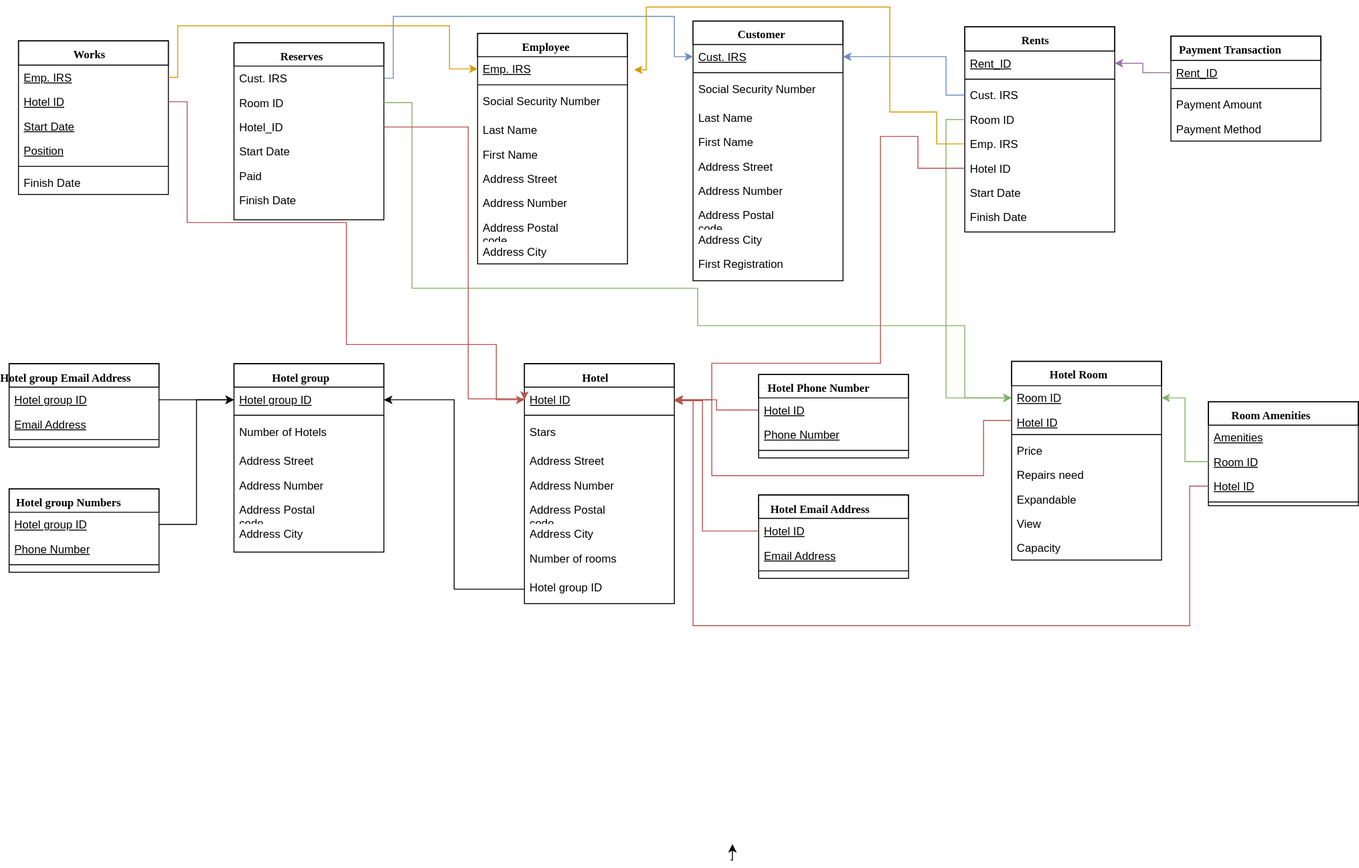
The draw.io diagram etc/relational.svg in vxanthop/e-hotels, before a commit. Source tidied: cells renumbered, new cells last; positions are measured from the earlier drawing's top-left corner, leaving out a move shared by most shapes.
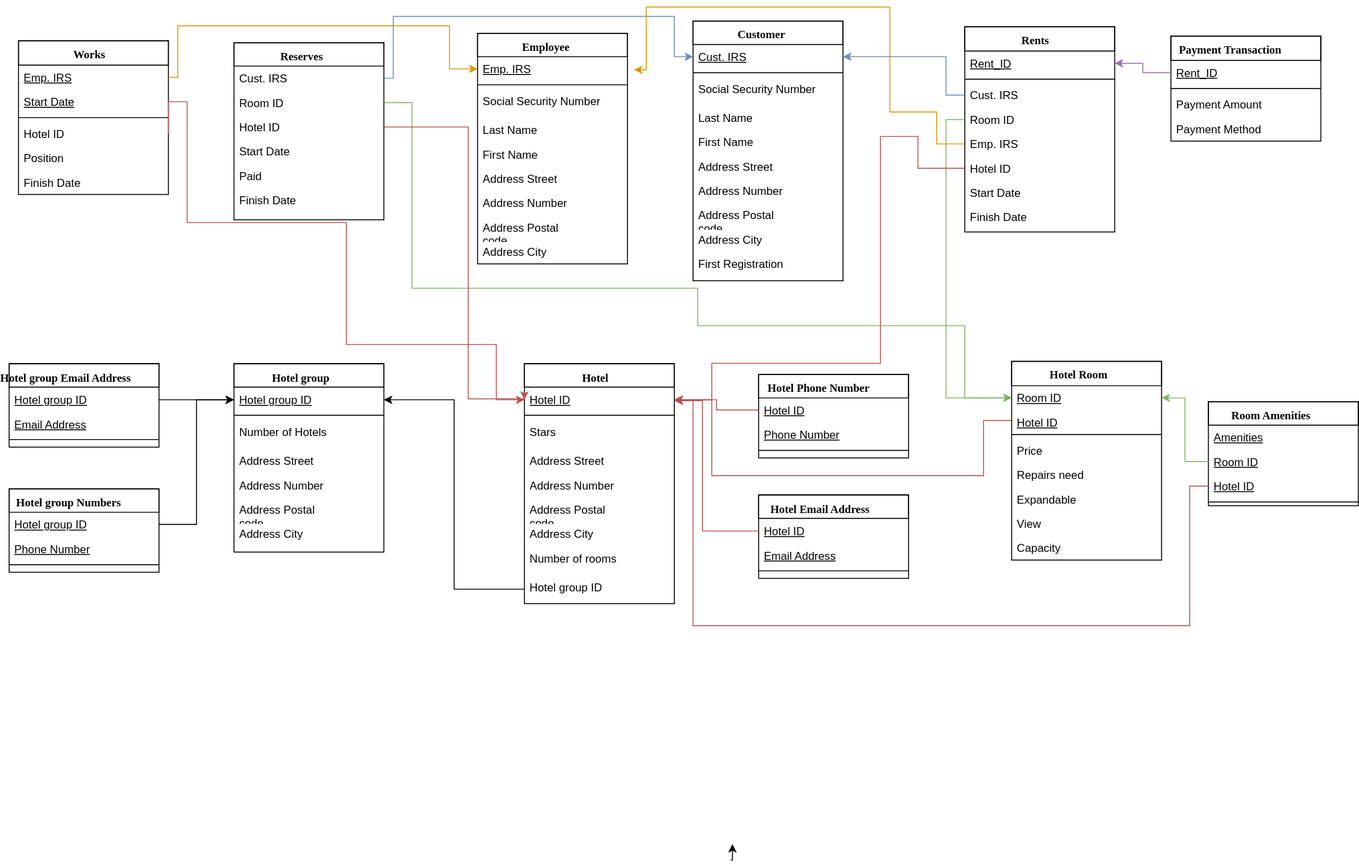
Later version of the same file.

Change to the diagram source:
```diff
@@ -38,18 +38,18 @@
     <mxCell id="13" value="&lt;u&gt;Emp. IRS&lt;/u&gt;" style="text;html=1;strokeColor=none;fillColor=none;align=left;verticalAlign=top;spacingLeft=4;spacingRight=4;whiteSpace=wrap;overflow=hidden;points=[[0,0.5],[1,0.5]];portConstraint=eastwest;" parent="12" vertex="1">
       <mxGeometry y="26" width="160" height="26" as="geometry" />
     </mxCell>
+    <mxCell id="15" value="&lt;u&gt;Start Date&lt;/u&gt;" style="text;html=1;strokeColor=none;fillColor=none;align=left;verticalAlign=top;spacingLeft=4;spacingRight=4;whiteSpace=wrap;overflow=hidden;" parent="12" vertex="1">
+      <mxGeometry y="52" width="160" height="26" as="geometry" />
+    </mxCell>
+    <mxCell id="17" style="line;html=1;strokeWidth=1;fillColor=none;align=left;verticalAlign=middle;spacingTop=-1;spacingLeft=3;spacingRight=3;labelPosition=right;" parent="12" vertex="1">
+      <mxGeometry y="78" width="160" height="8" as="geometry" />
+    </mxCell>
-    <mxCell id="14" value="&lt;u&gt;Hotel ID&lt;/u&gt;" style="text;html=1;strokeColor=none;fillColor=none;align=left;verticalAlign=top;spacingLeft=4;spacingRight=4;whiteSpace=wrap;overflow=hidden;points=[[0,0.5],[1,0.5]];portConstraint=eastwest;" parent="12" vertex="1">
-      <mxGeometry y="52" width="160" height="26" as="geometry" />
+    <mxCell id="14" value="Hotel ID" style="text;html=1;strokeColor=none;fillColor=none;align=left;verticalAlign=top;spacingLeft=4;spacingRight=4;whiteSpace=wrap;overflow=hidden;points=[[0,0.5],[1,0.5]];portConstraint=eastwest;" parent="12" vertex="1">
+      <mxGeometry y="86" width="160" height="26" as="geometry" />
     </mxCell>
-    <mxCell id="15" value="&lt;u&gt;Start Date&lt;/u&gt;" style="text;html=1;strokeColor=none;fillColor=none;align=left;verticalAlign=top;spacingLeft=4;spacingRight=4;whiteSpace=wrap;overflow=hidden;" parent="12" vertex="1">
-      <mxGeometry y="78" width="160" height="26" as="geometry" />
-    </mxCell>
-    <mxCell id="16" value="&lt;u&gt;Position&lt;/u&gt;" style="text;html=1;strokeColor=none;fillColor=none;align=left;verticalAlign=top;spacingLeft=4;spacingRight=4;whiteSpace=wrap;overflow=hidden;" parent="12" vertex="1">
-      <mxGeometry y="104" width="160" height="26" as="geometry" />
+    <mxCell id="16" value="Position" style="text;html=1;strokeColor=none;fillColor=none;align=left;verticalAlign=top;spacingLeft=4;spacingRight=4;whiteSpace=wrap;overflow=hidden;" parent="12" vertex="1">
+      <mxGeometry y="112" width="160" height="26" as="geometry" />
     </mxCell>
-    <mxCell id="17" style="line;html=1;strokeWidth=1;fillColor=none;align=left;verticalAlign=middle;spacingTop=-1;spacingLeft=3;spacingRight=3;labelPosition=right;" parent="12" vertex="1">
-      <mxGeometry y="130" width="160" height="8" as="geometry" />
-    </mxCell>
     <mxCell id="18" value="Finish Date" style="text;html=1;strokeColor=none;fillColor=none;align=left;verticalAlign=top;spacingLeft=4;spacingRight=4;whiteSpace=wrap;overflow=hidden;" parent="12" vertex="1">
       <mxGeometry y="138" width="160" height="26" as="geometry" />
     </mxCell>
@@ -95,7 +95,7 @@
     <mxCell id="31" value="Room ID" style="text;html=1;strokeColor=none;fillColor=none;align=left;verticalAlign=top;spacingLeft=4;spacingRight=4;whiteSpace=wrap;overflow=hidden;points=[[0,0.5],[1,0.5]];portConstraint=eastwest;" parent="29" vertex="1">
       <mxGeometry y="51" width="160" height="26" as="geometry" />
     </mxCell>
-    <mxCell id="32" value="Hotel_ID" style="text;html=1;strokeColor=none;fillColor=none;align=left;verticalAlign=top;spacingLeft=4;spacingRight=4;whiteSpace=wrap;overflow=hidden;points=[[0,0.5],[1,0.5]];portConstraint=eastwest;" parent="29" vertex="1">
+    <mxCell id="32" value="Hotel ID" style="text;html=1;strokeColor=none;fillColor=none;align=left;verticalAlign=top;spacingLeft=4;spacingRight=4;whiteSpace=wrap;overflow=hidden;points=[[0,0.5],[1,0.5]];portConstraint=eastwest;" parent="29" vertex="1">
       <mxGeometry y="77" width="160" height="26" as="geometry" />
     </mxCell>
     <mxCell id="33" value="Start Date" style="text;html=1;strokeColor=none;fillColor=none;align=left;verticalAlign=top;spacingLeft=4;spacingRight=4;whiteSpace=wrap;overflow=hidden;" parent="29" vertex="1">
```
